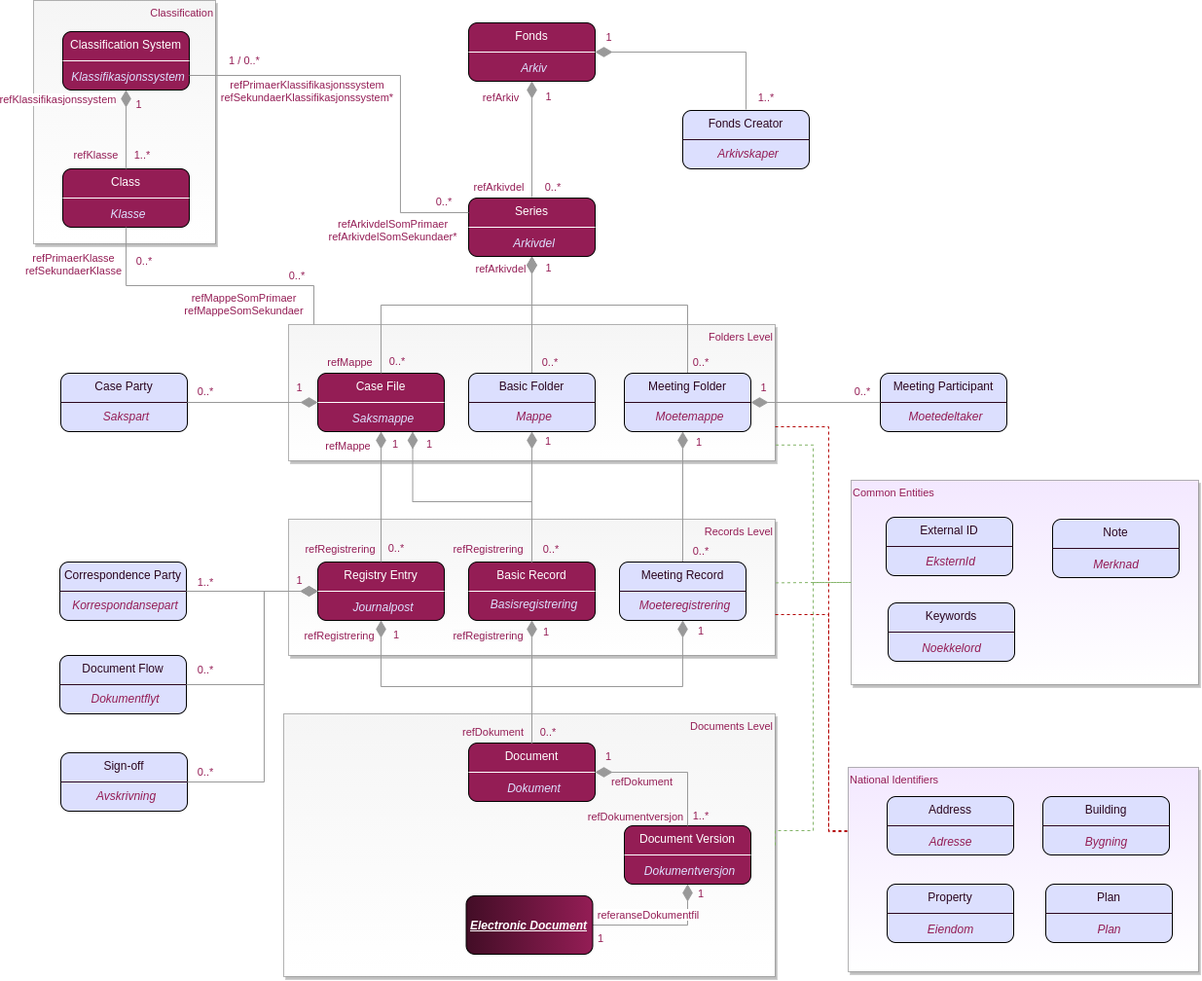
The draw.io diagram model/images/diagrams-model-entities-overview.png in myakimov/documaster-api-docs, before a commit. Source tidied: cells renumbered, new cells last; positions are measured from the earlier drawing's top-left corner, leaving out a move shared by most shapes.
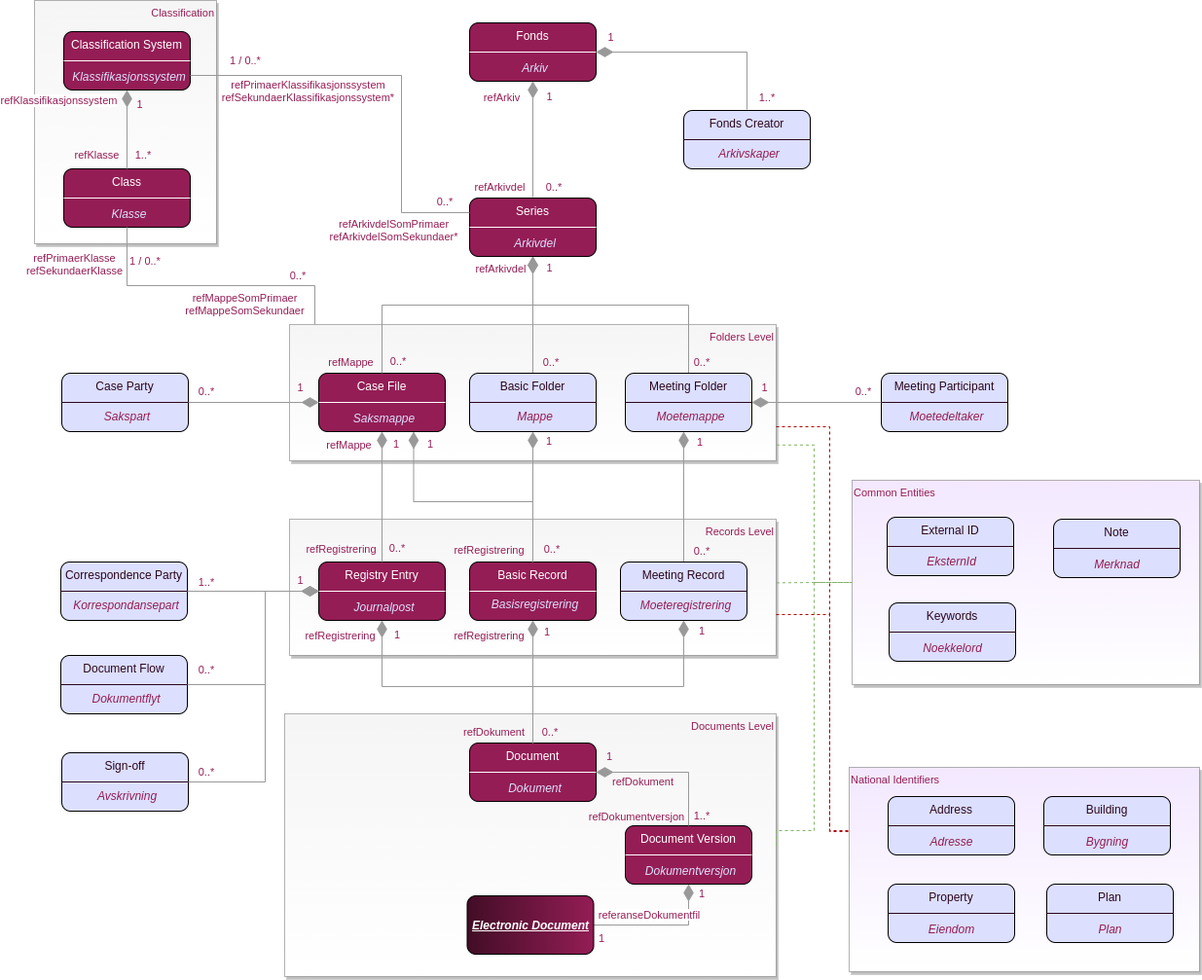
Above is the later version.

Change to the diagram source:
```diff
@@ -635,7 +635,7 @@
     <mxCell id="184" value="1" style="text;html=1;strokeColor=none;fillColor=none;align=center;verticalAlign=middle;whiteSpace=wrap;rounded=0;shadow=1;labelBackgroundColor=none;sketch=0;fontSize=11;fontColor=#941D55;" parent="1" vertex="1">
       <mxGeometry x="246" y="383" width="55" height="30" as="geometry" />
     </mxCell>
-    <mxCell id="185" value="0..*" style="text;html=1;strokeColor=none;fillColor=none;align=center;verticalAlign=middle;whiteSpace=wrap;rounded=0;shadow=1;labelBackgroundColor=none;sketch=0;fontSize=11;fontColor=#941D55;" parent="1" vertex="1">
+    <mxCell id="185" value="1 / 0..*" style="text;html=1;strokeColor=none;fillColor=none;align=center;verticalAlign=middle;whiteSpace=wrap;rounded=0;shadow=1;labelBackgroundColor=none;sketch=0;fontSize=11;fontColor=#941D55;" parent="1" vertex="1">
       <mxGeometry x="84" y="253" width="60" height="30" as="geometry" />
     </mxCell>
     <mxCell id="186" value="0..*" style="text;html=1;strokeColor=none;fillColor=none;align=center;verticalAlign=middle;whiteSpace=wrap;rounded=0;shadow=1;labelBackgroundColor=none;sketch=0;fontSize=11;fontColor=#941D55;" parent="1" vertex="1">
```
